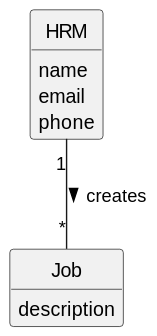
Before: docs/sprintA/us002/02.analysis/svg/us002-domain-model.svg, a diagram exported from PlantUML (diogoveirospro/lei-24-s2-1dg-g072). Source of this version:
```plantuml
@startuml
skinparam monochrome true
skinparam packageStyle rectangle
skinparam shadowing false


skinparam classAttributeIconSize 0

hide circle
hide methods




class Job {
    description
}


class HRM {
    name
    email
    phone
}



HRM "1" -- "*" Job : creates >
@enduml
```
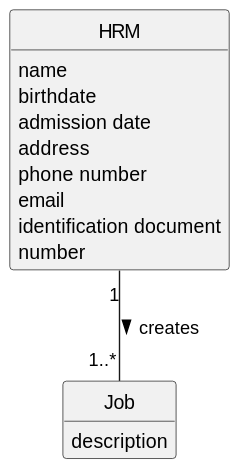
After the commit.

The edit, as a diff of the source:
```diff
@@ -18,12 +18,17 @@
 
 
 class HRM {
-    name
-    email
-    phone
+   name
+   birthdate
+   admission date
+   address
+   phone number
+   email
+   identification document
+   number
 }
 
 
 
-HRM "1" -- "*" Job : creates >
+HRM "1" -- "1..*" Job : creates >
 @enduml
```
